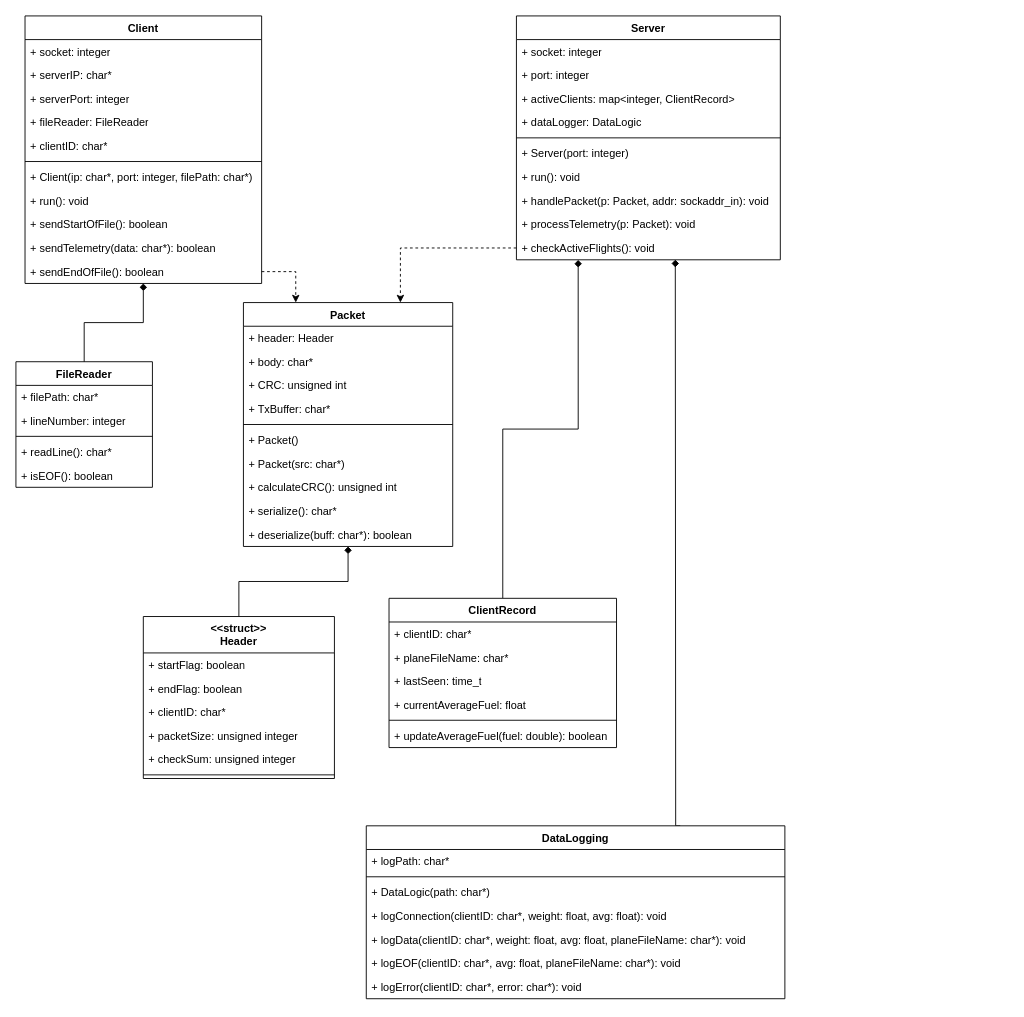
Before: page "Class Diagram" (2 of 2) of Diagrams/Project6ClientServer.drawio in Digi-Bomb/Project6Part2, a draw.io diagram. Source tidied: cells renumbered, new cells numbered last; positions are measured from the earlier drawing's top-left corner, leaving out a move shared by most shapes. Both pictures are drawn from the tidied source at 91%, with x=0, y=0 at pixel (15, 15).
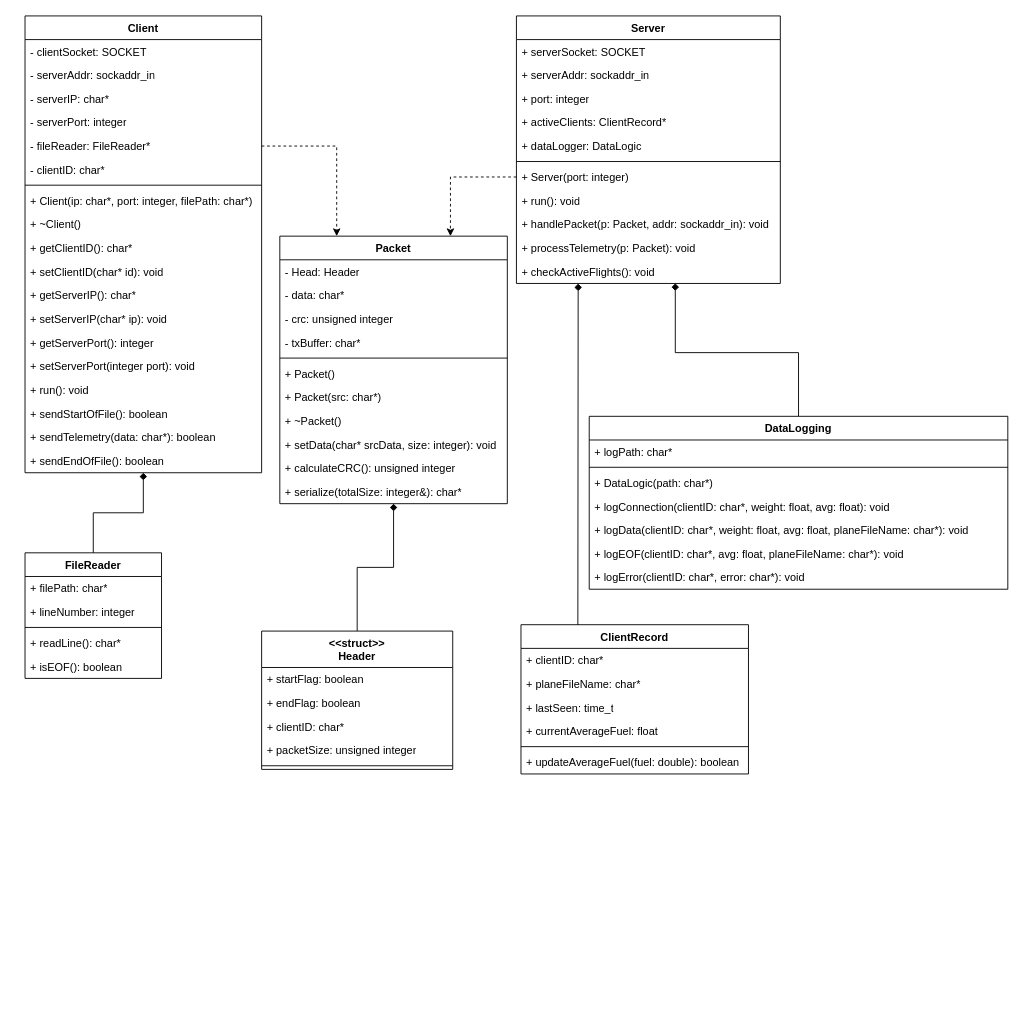
Above is the later version.

Change to the diagram source:
```diff
@@
     <mxCell id="2" value="FileReader" style="swimlane;fontStyle=1;align=center;verticalAlign=top;horizontal=1;startSize=26;whiteSpace=wrap;html=1;" parent="1" vertex="1">
-      <mxGeometry y="380" width="150" height="138" as="geometry" />
+      <mxGeometry x="10" y="590" width="150" height="138" as="geometry" />
     </mxCell>
@@
     <mxCell id="9" value="Packet" style="swimlane;fontStyle=1;align=center;verticalAlign=top;horizontal=1;startSize=26;whiteSpace=wrap;html=1;" parent="1" vertex="1">
-      <mxGeometry x="250" y="315" width="230" height="268" as="geometry" />
+      <mxGeometry x="290" y="242" width="250" height="294" as="geometry" />
     </mxCell>
-    <mxCell id="10" value="+ header: Header" style="text;strokeColor=none;fillColor=none;align=left;verticalAlign=top;spacingLeft=4;spacingRight=4;overflow=hidden;whiteSpace=wrap;html=1;" parent="9" vertex="1">
-      <mxGeometry y="26" width="230" height="26" as="geometry" />
+    <mxCell id="10" value="- Head: Header" style="text;strokeColor=none;fillColor=none;align=left;verticalAlign=top;spacingLeft=4;spacingRight=4;overflow=hidden;whiteSpace=wrap;html=1;" parent="9" vertex="1">
+      <mxGeometry y="26" width="250" height="26" as="geometry" />
     </mxCell>
-    <mxCell id="11" value="+ body: char*" style="text;strokeColor=none;fillColor=none;align=left;verticalAlign=top;spacingLeft=4;spacingRight=4;overflow=hidden;whiteSpace=wrap;html=1;" parent="9" vertex="1">
-      <mxGeometry y="52" width="230" height="26" as="geometry" />
+    <mxCell id="11" value="- data: char*" style="text;strokeColor=none;fillColor=none;align=left;verticalAlign=top;spacingLeft=4;spacingRight=4;overflow=hidden;whiteSpace=wrap;html=1;" parent="9" vertex="1">
+      <mxGeometry y="52" width="250" height="26" as="geometry" />
     </mxCell>
-    <mxCell id="12" value="+ CRC: unsigned int" style="text;strokeColor=none;fillColor=none;align=left;verticalAlign=top;spacingLeft=4;spacingRight=4;overflow=hidden;whiteSpace=wrap;html=1;" parent="9" vertex="1">
-      <mxGeometry y="78" width="230" height="26" as="geometry" />
+    <mxCell id="12" value="- crc: unsigned integer" style="text;strokeColor=none;fillColor=none;align=left;verticalAlign=top;spacingLeft=4;spacingRight=4;overflow=hidden;whiteSpace=wrap;html=1;" parent="9" vertex="1">
+      <mxGeometry y="78" width="250" height="26" as="geometry" />
     </mxCell>
-    <mxCell id="13" value="+ TxBuffer: char*" style="text;strokeColor=none;fillColor=none;align=left;verticalAlign=top;spacingLeft=4;spacingRight=4;overflow=hidden;whiteSpace=wrap;html=1;" parent="9" vertex="1">
-      <mxGeometry y="104" width="230" height="26" as="geometry" />
+    <mxCell id="13" value="- txBuffer: char*" style="text;strokeColor=none;fillColor=none;align=left;verticalAlign=top;spacingLeft=4;spacingRight=4;overflow=hidden;whiteSpace=wrap;html=1;" parent="9" vertex="1">
+      <mxGeometry y="104" width="250" height="26" as="geometry" />
     </mxCell>
     <mxCell id="14" style="line;strokeWidth=1;fillColor=none;align=left;verticalAlign=middle;spacingTop=-1;spacingLeft=3;spacingRight=3;labelPosition=right;strokeColor=inherit;" parent="9" vertex="1">
-      <mxGeometry y="130" width="230" height="8" as="geometry" />
+      <mxGeometry y="130" width="250" height="8" as="geometry" />
     </mxCell>
     <mxCell id="15" value="+ Packet()" style="text;strokeColor=none;fillColor=none;align=left;verticalAlign=top;spacingLeft=4;spacingRight=4;overflow=hidden;whiteSpace=wrap;html=1;" parent="9" vertex="1">
-      <mxGeometry y="138" width="230" height="26" as="geometry" />
+      <mxGeometry y="138" width="250" height="26" as="geometry" />
     </mxCell>
     <mxCell id="16" value="+ Packet(src: char*)" style="text;strokeColor=none;fillColor=none;align=left;verticalAlign=top;spacingLeft=4;spacingRight=4;overflow=hidden;whiteSpace=wrap;html=1;" parent="9" vertex="1">
-      <mxGeometry y="164" width="230" height="26" as="geometry" />
+      <mxGeometry y="164" width="250" height="26" as="geometry" />
     </mxCell>
+    <mxCell id="70" value="+ ~Packet()" style="text;strokeColor=none;fillColor=none;align=left;verticalAlign=top;spacingLeft=4;spacingRight=4;overflow=hidden;whiteSpace=wrap;html=1;" parent="9" vertex="1">
+      <mxGeometry y="190" width="250" height="26" as="geometry" />
+    </mxCell>
+    <mxCell id="71" value="+ setData(char* srcData, size: integer): void" style="text;strokeColor=none;fillColor=none;align=left;verticalAlign=top;spacingLeft=4;spacingRight=4;overflow=hidden;whiteSpace=wrap;html=1;" parent="9" vertex="1">
+      <mxGeometry y="216" width="250" height="26" as="geometry" />
+    </mxCell>
-    <mxCell id="17" value="+ calculateCRC(): unsigned int" style="text;strokeColor=none;fillColor=none;align=left;verticalAlign=top;spacingLeft=4;spacingRight=4;overflow=hidden;whiteSpace=wrap;html=1;" parent="9" vertex="1">
-      <mxGeometry y="190" width="230" height="26" as="geometry" />
+    <mxCell id="17" value="+ calculateCRC(): unsigned integer" style="text;strokeColor=none;fillColor=none;align=left;verticalAlign=top;spacingLeft=4;spacingRight=4;overflow=hidden;whiteSpace=wrap;html=1;" parent="9" vertex="1">
+      <mxGeometry y="242" width="250" height="26" as="geometry" />
     </mxCell>
-    <mxCell id="18" value="+ serialize(): char*" style="text;strokeColor=none;fillColor=none;align=left;verticalAlign=top;spacingLeft=4;spacingRight=4;overflow=hidden;whiteSpace=wrap;html=1;" parent="9" vertex="1">
-      <mxGeometry y="216" width="230" height="26" as="geometry" />
+    <mxCell id="18" value="+ serialize(totalSize: integer&amp;amp;): char*" style="text;strokeColor=none;fillColor=none;align=left;verticalAlign=top;spacingLeft=4;spacingRight=4;overflow=hidden;whiteSpace=wrap;html=1;" parent="9" vertex="1">
+      <mxGeometry y="268" width="250" height="26" as="geometry" />
     </mxCell>
-    <mxCell id="19" value="+ deserialize(buff: char*): boolean" style="text;strokeColor=none;fillColor=none;align=left;verticalAlign=top;spacingLeft=4;spacingRight=4;overflow=hidden;whiteSpace=wrap;html=1;" parent="9" vertex="1">
-      <mxGeometry y="242" width="230" height="26" as="geometry" />
-    </mxCell>
     <mxCell id="20" value="&amp;lt;&amp;lt;struct&amp;gt;&amp;gt;&lt;div&gt;Header&lt;/div&gt;" style="swimlane;fontStyle=1;align=center;verticalAlign=top;horizontal=1;startSize=40;whiteSpace=wrap;html=1;" parent="1" vertex="1">
-      <mxGeometry x="140" y="660" width="210" height="178" as="geometry" />
+      <mxGeometry x="270" y="676" width="210" height="152" as="geometry" />
     </mxCell>
@@
-    <mxCell id="25" value="+ checkSum: unsigned integer" style="text;strokeColor=none;fillColor=none;align=left;verticalAlign=top;spacingLeft=4;spacingRight=4;overflow=hidden;whiteSpace=wrap;html=1;" parent="20" vertex="1">
-      <mxGeometry y="144" width="210" height="26" as="geometry" />
-    </mxCell>
     <mxCell id="26" style="line;strokeWidth=1;fillColor=none;align=left;verticalAlign=middle;spacingTop=-1;spacingLeft=3;spacingRight=3;labelPosition=right;strokeColor=inherit;" parent="20" vertex="1">
-      <mxGeometry y="170" width="210" height="8" as="geometry" />
+      <mxGeometry y="144" width="210" height="8" as="geometry" />
     </mxCell>
@@
-    <mxCell id="28" style="edgeStyle=orthogonalEdgeStyle;rounded=0;jettySize=auto;html=1;entryX=0.25;entryY=0;entryDx=0;entryDy=0;exitX=1;exitY=0.5;exitDx=0;exitDy=0;dashed=1;" parent="1" edge="1" source="40" target="9">
+    <mxCell id="28" style="edgeStyle=orthogonalEdgeStyle;rounded=0;jettySize=auto;html=1;entryX=0.25;entryY=0;entryDx=0;entryDy=0;exitX=1;exitY=0.5;exitDx=0;exitDy=0;dashed=1;" parent="1" edge="1" source="33" target="9">
       <mxGeometry relative="1" as="geometry" />
     </mxCell>
     <mxCell id="29" value="Client" style="swimlane;fontStyle=1;align=center;verticalAlign=top;horizontal=1;startSize=26;whiteSpace=wrap;html=1;" parent="1" vertex="1">
-      <mxGeometry x="10" width="260" height="294" as="geometry" />
+      <mxGeometry x="10" width="260" height="502" as="geometry" />
     </mxCell>
-    <mxCell id="30" value="+ socket: integer" style="text;strokeColor=none;fillColor=none;align=left;verticalAlign=top;spacingLeft=4;spacingRight=4;overflow=hidden;whiteSpace=wrap;html=1;" parent="29" vertex="1">
+    <mxCell id="30" value="- clientSocket: SOCKET" style="text;strokeColor=none;fillColor=none;align=left;verticalAlign=top;spacingLeft=4;spacingRight=4;overflow=hidden;whiteSpace=wrap;html=1;" parent="29" vertex="1">
       <mxGeometry y="26" width="260" height="26" as="geometry" />
     </mxCell>
+    <mxCell id="72" value="- serverAddr: sockaddr_in" style="text;strokeColor=none;fillColor=none;align=left;verticalAlign=top;spacingLeft=4;spacingRight=4;overflow=hidden;whiteSpace=wrap;html=1;" parent="29" vertex="1">
+      <mxGeometry y="52" width="260" height="26" as="geometry" />
+    </mxCell>
-    <mxCell id="31" value="+ serverIP: char*" style="text;strokeColor=none;fillColor=none;align=left;verticalAlign=top;spacingLeft=4;spacingRight=4;overflow=hidden;whiteSpace=wrap;html=1;" parent="29" vertex="1">
-      <mxGeometry y="52" width="260" height="26" as="geometry" />
+    <mxCell id="31" value="- serverIP: char*" style="text;strokeColor=none;fillColor=none;align=left;verticalAlign=top;spacingLeft=4;spacingRight=4;overflow=hidden;whiteSpace=wrap;html=1;" parent="29" vertex="1">
+      <mxGeometry y="78" width="260" height="26" as="geometry" />
     </mxCell>
-    <mxCell id="32" value="+ serverPort: integer" style="text;strokeColor=none;fillColor=none;align=left;verticalAlign=top;spacingLeft=4;spacingRight=4;overflow=hidden;whiteSpace=wrap;html=1;" parent="29" vertex="1">
-      <mxGeometry y="78" width="260" height="26" as="geometry" />
+    <mxCell id="32" value="- serverPort: integer" style="text;strokeColor=none;fillColor=none;align=left;verticalAlign=top;spacingLeft=4;spacingRight=4;overflow=hidden;whiteSpace=wrap;html=1;" parent="29" vertex="1">
+      <mxGeometry y="104" width="260" height="26" as="geometry" />
     </mxCell>
-    <mxCell id="33" value="+ fileReader: FileReader" style="text;strokeColor=none;fillColor=none;align=left;verticalAlign=top;spacingLeft=4;spacingRight=4;overflow=hidden;points=[[0,0.5],[1,0.5]];portConstraint=eastwest;whiteSpace=wrap;html=1;" parent="29" vertex="1">
-      <mxGeometry y="104" width="260" height="26" as="geometry" />
+    <mxCell id="33" value="- fileReader: FileReader*" style="text;strokeColor=none;fillColor=none;align=left;verticalAlign=top;spacingLeft=4;spacingRight=4;overflow=hidden;points=[[0,0.5],[1,0.5]];portConstraint=eastwest;whiteSpace=wrap;html=1;" parent="29" vertex="1">
+      <mxGeometry y="130" width="260" height="26" as="geometry" />
     </mxCell>
-    <mxCell id="34" value="+ clientID: char*" style="text;strokeColor=none;fillColor=none;align=left;verticalAlign=top;spacingLeft=4;spacingRight=4;overflow=hidden;whiteSpace=wrap;html=1;" parent="29" vertex="1">
-      <mxGeometry y="130" width="260" height="26" as="geometry" />
+    <mxCell id="34" value="- clientID: char*" style="text;strokeColor=none;fillColor=none;align=left;verticalAlign=top;spacingLeft=4;spacingRight=4;overflow=hidden;whiteSpace=wrap;html=1;" parent="29" vertex="1">
+      <mxGeometry y="156" width="260" height="26" as="geometry" />
     </mxCell>
     <mxCell id="35" style="line;strokeWidth=1;fillColor=none;align=left;verticalAlign=middle;spacingTop=-1;spacingLeft=3;spacingRight=3;labelPosition=right;strokeColor=inherit;" parent="29" vertex="1">
-      <mxGeometry y="156" width="260" height="8" as="geometry" />
+      <mxGeometry y="182" width="260" height="8" as="geometry" />
     </mxCell>
     <mxCell id="36" value="+ Client(ip: char*, port: integer, filePath: char*)" style="text;strokeColor=none;fillColor=none;align=left;verticalAlign=top;spacingLeft=4;spacingRight=4;overflow=hidden;whiteSpace=wrap;html=1;" parent="29" vertex="1">
-      <mxGeometry y="164" width="260" height="26" as="geometry" />
+      <mxGeometry y="190" width="260" height="26" as="geometry" />
     </mxCell>
+    <mxCell id="73" value="+ ~Client()" style="text;strokeColor=none;fillColor=none;align=left;verticalAlign=top;spacingLeft=4;spacingRight=4;overflow=hidden;whiteSpace=wrap;html=1;" parent="29" vertex="1">
+      <mxGeometry y="216" width="260" height="26" as="geometry" />
+    </mxCell>
+    <mxCell id="74" value="+ getClientID(): char*" style="text;strokeColor=none;fillColor=none;align=left;verticalAlign=top;spacingLeft=4;spacingRight=4;overflow=hidden;whiteSpace=wrap;html=1;" parent="29" vertex="1">
+      <mxGeometry y="242" width="260" height="26" as="geometry" />
+    </mxCell>
+    <mxCell id="75" value="+ setClientID(char* id): void" style="text;strokeColor=none;fillColor=none;align=left;verticalAlign=top;spacingLeft=4;spacingRight=4;overflow=hidden;whiteSpace=wrap;html=1;" parent="29" vertex="1">
+      <mxGeometry y="268" width="260" height="26" as="geometry" />
+    </mxCell>
+    <mxCell id="76" value="+ getServerIP(): char*" style="text;strokeColor=none;fillColor=none;align=left;verticalAlign=top;spacingLeft=4;spacingRight=4;overflow=hidden;whiteSpace=wrap;html=1;" parent="29" vertex="1">
+      <mxGeometry y="294" width="260" height="26" as="geometry" />
+    </mxCell>
+    <mxCell id="77" value="+ setServerIP(char* ip): void" style="text;strokeColor=none;fillColor=none;align=left;verticalAlign=top;spacingLeft=4;spacingRight=4;overflow=hidden;whiteSpace=wrap;html=1;" parent="29" vertex="1">
+      <mxGeometry y="320" width="260" height="26" as="geometry" />
+    </mxCell>
+    <mxCell id="78" value="+ getServerPort(): integer" style="text;strokeColor=none;fillColor=none;align=left;verticalAlign=top;spacingLeft=4;spacingRight=4;overflow=hidden;whiteSpace=wrap;html=1;" parent="29" vertex="1">
+      <mxGeometry y="346" width="260" height="26" as="geometry" />
+    </mxCell>
+    <mxCell id="79" value="+ setServerPort(integer port): void" style="text;strokeColor=none;fillColor=none;align=left;verticalAlign=top;spacingLeft=4;spacingRight=4;overflow=hidden;whiteSpace=wrap;html=1;" parent="29" vertex="1">
+      <mxGeometry y="372" width="260" height="26" as="geometry" />
+    </mxCell>
     <mxCell id="37" value="+ run(): void" style="text;strokeColor=none;fillColor=none;align=left;verticalAlign=top;spacingLeft=4;spacingRight=4;overflow=hidden;whiteSpace=wrap;html=1;" parent="29" vertex="1">
-      <mxGeometry y="190" width="260" height="26" as="geometry" />
+      <mxGeometry y="398" width="260" height="26" as="geometry" />
     </mxCell>
     <mxCell id="38" value="+ sendStartOfFile(): boolean" style="text;strokeColor=none;fillColor=none;align=left;verticalAlign=top;spacingLeft=4;spacingRight=4;overflow=hidden;whiteSpace=wrap;html=1;" parent="29" vertex="1">
-      <mxGeometry y="216" width="260" height="26" as="geometry" />
+      <mxGeometry y="424" width="260" height="26" as="geometry" />
     </mxCell>
     <mxCell id="39" value="+ sendTelemetry(data: char*): boolean" style="text;strokeColor=none;fillColor=none;align=left;verticalAlign=top;spacingLeft=4;spacingRight=4;overflow=hidden;whiteSpace=wrap;html=1;" parent="29" vertex="1">
-      <mxGeometry y="242" width="260" height="26" as="geometry" />
+      <mxGeometry y="450" width="260" height="26" as="geometry" />
     </mxCell>
     <mxCell id="40" value="+ sendEndOfFile(): boolean" style="text;strokeColor=none;fillColor=none;align=left;verticalAlign=top;spacingLeft=4;spacingRight=4;overflow=hidden;points=[[0,0.5],[1,0.5]];portConstraint=eastwest;whiteSpace=wrap;html=1;" parent="29" vertex="1">
-      <mxGeometry y="268" width="260" height="26" as="geometry" />
+      <mxGeometry y="476" width="260" height="26" as="geometry" />
     </mxCell>
-    <mxCell id="41" style="edgeStyle=orthogonalEdgeStyle;rounded=0;jettySize=auto;html=1;entryX=0.75;entryY=0;entryDx=0;entryDy=0;exitX=0.602;exitY=0.993;exitDx=0;exitDy=0;exitPerimeter=0;startArrow=diamond;startFill=1;endArrow=none;endFill=0;" parent="1" edge="1" source="52" target="62">
+    <mxCell id="41" style="edgeStyle=orthogonalEdgeStyle;rounded=0;jettySize=auto;html=1;entryX=0.5;entryY=0;entryDx=0;entryDy=0;exitX=0.602;exitY=0.993;exitDx=0;exitDy=0;exitPerimeter=0;startArrow=diamond;startFill=1;endArrow=none;endFill=0;" parent="1" edge="1" source="52" target="62">
       <mxGeometry relative="1" as="geometry">
         <Array as="points">
-          <mxPoint x="725" y="274" />
-          <mxPoint x="725" y="274" />
+          <mxPoint x="725" y="370" />
+          <mxPoint x="860" y="370" />
         </Array>
       </mxGeometry>
     </mxCell>
     <mxCell id="42" value="Server" style="swimlane;fontStyle=1;align=center;verticalAlign=top;horizontal=1;startSize=26;whiteSpace=wrap;html=1;" parent="1" vertex="1">
-      <mxGeometry x="550" width="290" height="268" as="geometry" />
+      <mxGeometry x="550" width="290" height="294" as="geometry" />
     </mxCell>
-    <mxCell id="43" value="+ socket: integer" style="text;strokeColor=none;fillColor=none;align=left;verticalAlign=top;spacingLeft=4;spacingRight=4;overflow=hidden;whiteSpace=wrap;html=1;" parent="42" vertex="1">
-      <mxGeometry y="26" width="290" height="26" as="geometry" />
-    </mxCell>
+    <mxCell id="80" value="+ serverSocket: SOCKET" style="text;strokeColor=none;fillColor=none;align=left;verticalAlign=top;spacingLeft=4;spacingRight=4;overflow=hidden;whiteSpace=wrap;html=1;" parent="42" vertex="1">
+      <mxGeometry y="26" width="290" height="26" as="geometry" />
+    </mxCell>
+    <mxCell id="81" value="+ serverAddr: sockaddr_in" style="text;strokeColor=none;fillColor=none;align=left;verticalAlign=top;spacingLeft=4;spacingRight=4;overflow=hidden;whiteSpace=wrap;html=1;" parent="42" vertex="1">
+      <mxGeometry y="52" width="290" height="26" as="geometry" />
+    </mxCell>
     <mxCell id="44" value="+ port: integer" style="text;strokeColor=none;fillColor=none;align=left;verticalAlign=top;spacingLeft=4;spacingRight=4;overflow=hidden;whiteSpace=wrap;html=1;" parent="42" vertex="1">
-      <mxGeometry y="52" width="290" height="26" as="geometry" />
+      <mxGeometry y="78" width="290" height="26" as="geometry" />
     </mxCell>
-    <mxCell id="45" value="+ activeClients: map&amp;lt;integer, ClientRecord&amp;gt;" style="text;strokeColor=none;fillColor=none;align=left;verticalAlign=top;spacingLeft=4;spacingRight=4;overflow=hidden;whiteSpace=wrap;html=1;" parent="42" vertex="1">
-      <mxGeometry y="78" width="290" height="26" as="geometry" />
+    <mxCell id="45" value="+ activeClients: ClientRecord*" style="text;strokeColor=none;fillColor=none;align=left;verticalAlign=top;spacingLeft=4;spacingRight=4;overflow=hidden;whiteSpace=wrap;html=1;" parent="42" vertex="1">
+      <mxGeometry y="104" width="290" height="26" as="geometry" />
     </mxCell>
     <mxCell id="46" value="+ dataLogger: DataLogic" style="text;strokeColor=none;fillColor=none;align=left;verticalAlign=top;spacingLeft=4;spacingRight=4;overflow=hidden;whiteSpace=wrap;html=1;" parent="42" vertex="1">
-      <mxGeometry y="104" width="290" height="26" as="geometry" />
+      <mxGeometry y="130" width="290" height="26" as="geometry" />
     </mxCell>
     <mxCell id="47" style="line;strokeWidth=1;fillColor=none;align=left;verticalAlign=middle;spacingTop=-1;spacingLeft=3;spacingRight=3;labelPosition=right;strokeColor=inherit;" parent="42" vertex="1">
-      <mxGeometry y="130" width="290" height="8" as="geometry" />
+      <mxGeometry y="156" width="290" height="8" as="geometry" />
     </mxCell>
     <mxCell id="48" value="+ Server(port: integer)" style="text;strokeColor=none;fillColor=none;align=left;verticalAlign=top;spacingLeft=4;spacingRight=4;overflow=hidden;points=[[0,0.5],[1,0.5]];portConstraint=eastwest;whiteSpace=wrap;html=1;" parent="42" vertex="1">
-      <mxGeometry y="138" width="290" height="26" as="geometry" />
+      <mxGeometry y="164" width="290" height="26" as="geometry" />
     </mxCell>
     <mxCell id="49" value="+ run(): void" style="text;strokeColor=none;fillColor=none;align=left;verticalAlign=top;spacingLeft=4;spacingRight=4;overflow=hidden;whiteSpace=wrap;html=1;" parent="42" vertex="1">
-      <mxGeometry y="164" width="290" height="26" as="geometry" />
+      <mxGeometry y="190" width="290" height="26" as="geometry" />
     </mxCell>
     <mxCell id="50" value="+ handlePacket(p: Packet, addr: sockaddr_in): void" style="text;strokeColor=none;fillColor=none;align=left;verticalAlign=top;spacingLeft=4;spacingRight=4;overflow=hidden;whiteSpace=wrap;html=1;" parent="42" vertex="1">
-      <mxGeometry y="190" width="290" height="26" as="geometry" />
+      <mxGeometry y="216" width="290" height="26" as="geometry" />
     </mxCell>
     <mxCell id="51" value="+ processTelemetry(p: Packet): void" style="text;strokeColor=none;fillColor=none;align=left;verticalAlign=top;spacingLeft=4;spacingRight=4;overflow=hidden;whiteSpace=wrap;html=1;" parent="42" vertex="1">
-      <mxGeometry y="216" width="290" height="26" as="geometry" />
+      <mxGeometry y="242" width="290" height="26" as="geometry" />
     </mxCell>
     <mxCell id="52" value="+ checkActiveFlights(): void" style="text;strokeColor=none;fillColor=none;align=left;verticalAlign=top;spacingLeft=4;spacingRight=4;overflow=hidden;points=[[0,0.5],[1,0.5]];portConstraint=eastwest;whiteSpace=wrap;html=1;" parent="42" vertex="1">
-      <mxGeometry y="242" width="290" height="26" as="geometry" />
+      <mxGeometry y="268" width="290" height="26" as="geometry" />
     </mxCell>
-    <mxCell id="53" style="edgeStyle=orthogonalEdgeStyle;rounded=0;jettySize=auto;html=1;exitX=0;exitY=0.5;exitDx=0;exitDy=0;entryX=0.75;entryY=0;entryDx=0;entryDy=0;dashed=1;" parent="1" edge="1" source="52" target="9">
+    <mxCell id="53" style="edgeStyle=orthogonalEdgeStyle;rounded=0;jettySize=auto;html=1;exitX=0;exitY=0.5;exitDx=0;exitDy=0;entryX=0.75;entryY=0;entryDx=0;entryDy=0;dashed=1;" parent="1" edge="1" source="48" target="9">
       <mxGeometry relative="1" as="geometry" />
     </mxCell>
-    <mxCell id="54" style="edgeStyle=orthogonalEdgeStyle;rounded=0;jettySize=auto;html=1;entryX=0.234;entryY=1.005;entryDx=0;entryDy=0;entryPerimeter=0;endArrow=diamond;endFill=1;" parent="1" edge="1" source="55" target="52">
-      <mxGeometry relative="1" as="geometry" />
+    <mxCell id="54" style="edgeStyle=orthogonalEdgeStyle;rounded=0;jettySize=auto;html=1;entryX=0.234;entryY=1.005;entryDx=0;entryDy=0;entryPerimeter=0;endArrow=diamond;endFill=1;exitX=0.25;exitY=0;exitDx=0;exitDy=0;" parent="1" edge="1" source="55" target="52">
+      <mxGeometry relative="1" as="geometry">
+        <Array as="points">
+          <mxPoint x="618" y="670" />
+        </Array>
+      </mxGeometry>
     </mxCell>
     <mxCell id="55" value="ClientRecord" style="swimlane;fontStyle=1;align=center;verticalAlign=top;horizontal=1;startSize=26;whiteSpace=wrap;html=1;" parent="1" vertex="1">
-      <mxGeometry x="410" y="640" width="250" height="164" as="geometry" />
+      <mxGeometry x="555" y="669" width="250" height="164" as="geometry" />
     </mxCell>
@@
     <mxCell id="62" value="DataLogging" style="swimlane;fontStyle=1;align=center;verticalAlign=top;horizontal=1;startSize=26;whiteSpace=wrap;html=1;" parent="1" vertex="1">
-      <mxGeometry x="385" y="890" width="460" height="190" as="geometry" />
+      <mxGeometry x="630" y="440" width="460" height="190" as="geometry" />
     </mxCell>
```
